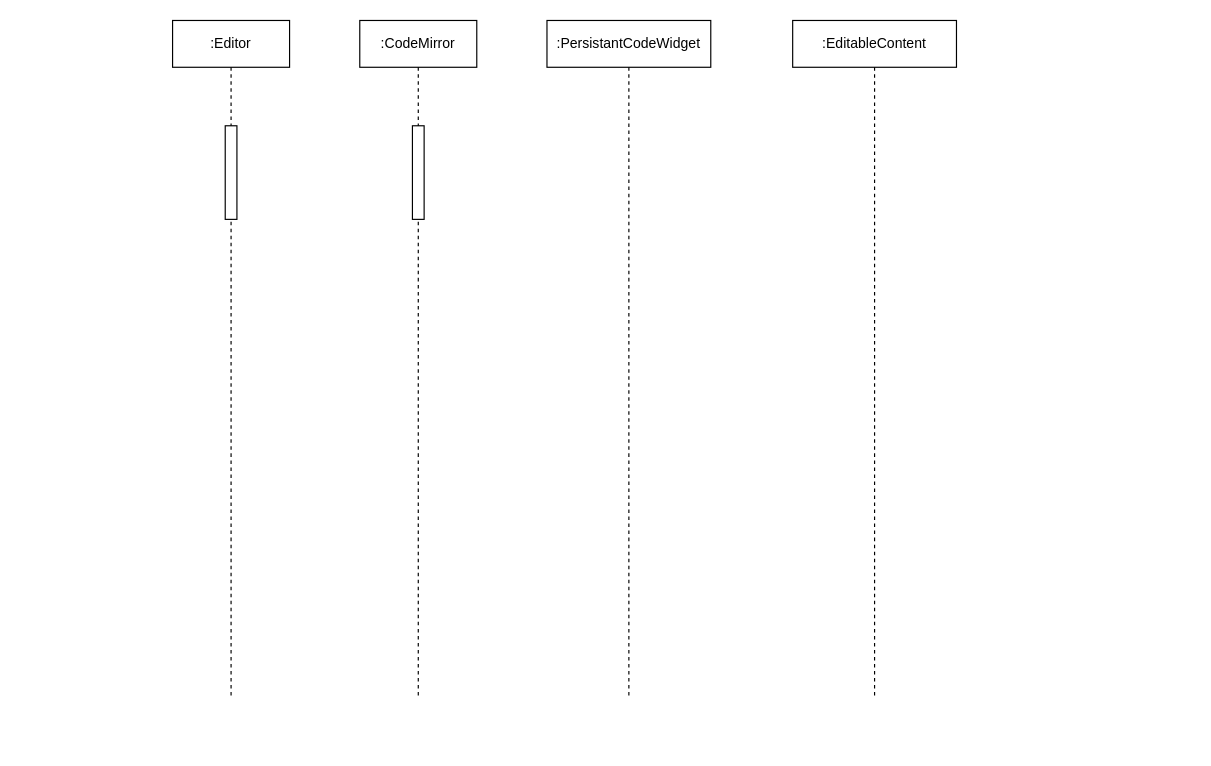
This is doc/figures/persistent-code-widget.drawio from LivelyKernel/lively4-core, a draw.io file, before an edit. Source tidied: cells renumbered, new cells numbered last; positions are measured from the earlier drawing's top-left corner, leaving out a move shared by most shapes. Both pictures are drawn from the tidied source at 117%, with x=0, y=0 at pixel (172, 20).
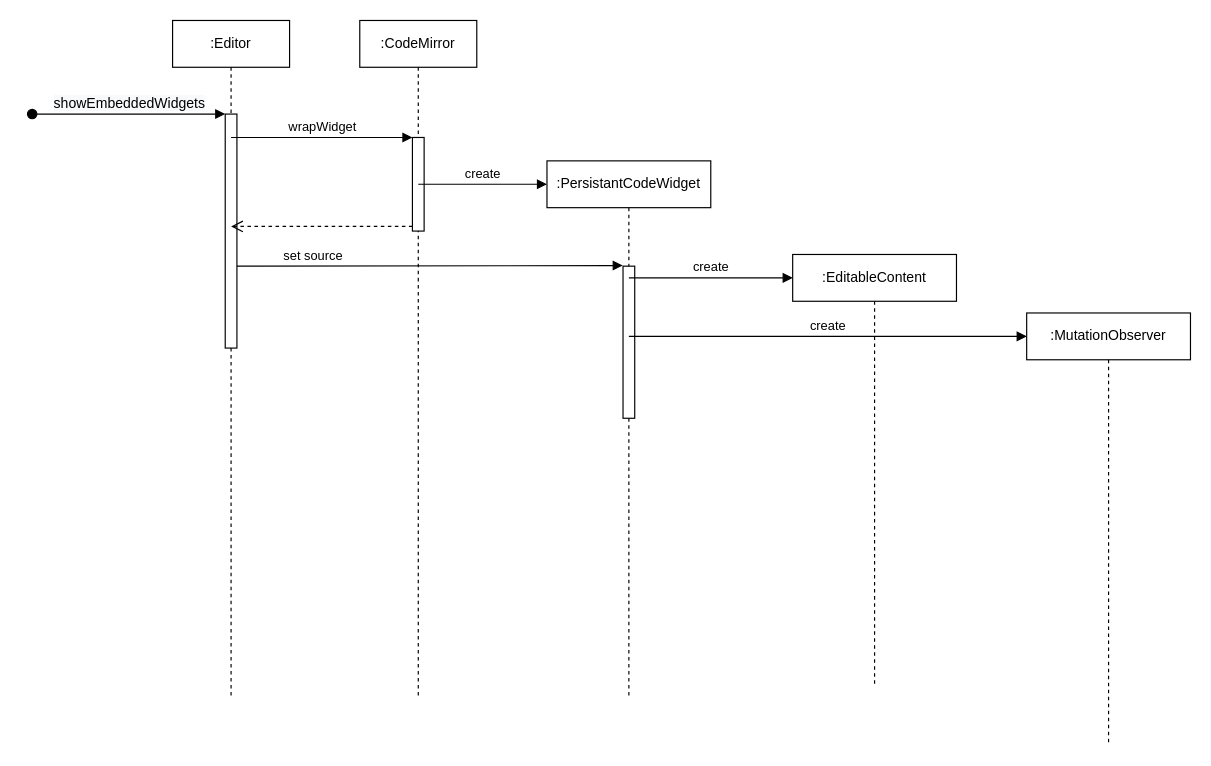
The same diagram, later.

The change refers to these unchanged cells:
```xml
<mxCell id="2" value=":CodeMirror" style="shape=umlLifeline;perimeter=lifelinePerimeter;whiteSpace=wrap;html=1;" parent="1" vertex="1">
  <mxGeometry x="160" width="100" height="580" as="geometry" />
</mxCell>
<mxCell id="6" value=":Editor" style="shape=umlLifeline;perimeter=lifelinePerimeter;whiteSpace=wrap;html=1;" parent="1" vertex="1">
  <mxGeometry width="100" height="580" as="geometry" />
</mxCell>
```

What changed in the source:
```diff
@@
+    <mxCell id="8" style="html=1;points=[];perimeter=orthogonalPerimeter;" parent="2" vertex="1">
+      <mxGeometry x="45" y="100" width="10" height="80" as="geometry" />
+    </mxCell>
+    <mxCell id="9" value="set source" style="html=1;verticalAlign=bottom;endArrow=block;rounded=0;entryX=-0.026;entryY=-0.004;entryDx=0;entryDy=0;entryPerimeter=0;" parent="2" edge="1" target="3">
+      <mxGeometry x="-0.58" relative="1" as="geometry">
+        <mxPoint x="-110" y="210" as="sourcePoint" />
+      </mxGeometry>
+    </mxCell>
+    <mxCell id="4" value=":PersistantCodeWidget&lt;br&gt;" style="shape=umlLifeline;perimeter=lifelinePerimeter;whiteSpace=wrap;html=1;" parent="1" vertex="1">
+      <mxGeometry x="320" y="120" width="140" height="460" as="geometry" />
+    </mxCell>
-    <mxCell id="3" style="html=1;points=[];perimeter=orthogonalPerimeter;" parent="2" vertex="1">
-      <mxGeometry x="45" y="90" width="10" height="80" as="geometry" />
+    <mxCell id="3" style="html=1;points=[];perimeter=orthogonalPerimeter;" parent="4" vertex="1">
+      <mxGeometry x="65" y="90" width="10" height="130" as="geometry" />
     </mxCell>
-    <mxCell id="4" value=":PersistantCodeWidget&lt;br&gt;" style="shape=umlLifeline;perimeter=lifelinePerimeter;whiteSpace=wrap;html=1;" parent="1" vertex="1">
-      <mxGeometry x="320" width="140" height="580" as="geometry" />
-    </mxCell>
     <mxCell id="5" value=":EditableContent" style="shape=umlLifeline;perimeter=lifelinePerimeter;whiteSpace=wrap;html=1;" parent="1" vertex="1">
-      <mxGeometry x="530" width="140" height="580" as="geometry" />
+      <mxGeometry x="530" y="200" width="140" height="370" as="geometry" />
     </mxCell>
@@
-    <mxCell id="7" style="html=1;perimeter=orthogonalPerimeter;" parent="6" vertex="1">
-      <mxGeometry x="45" y="90" width="10" height="80" as="geometry" />
-    </mxCell>
+    <mxCell id="10" style="html=1;points=[];perimeter=orthogonalPerimeter;" parent="6" vertex="1">
+      <mxGeometry x="45" y="80" width="10" height="200" as="geometry" />
+    </mxCell>
+    <mxCell id="11" value="&lt;span style=&quot;font-size: 12px ; text-align: left ; background-color: rgb(248 , 249 , 250)&quot;&gt;showEmbeddedWidgets&lt;/span&gt;" style="html=1;verticalAlign=bottom;startArrow=oval;endArrow=block;startSize=8;rounded=0;" parent="6" edge="1" target="10">
+      <mxGeometry relative="1" as="geometry">
+        <mxPoint x="-120" y="80" as="sourcePoint" />
+      </mxGeometry>
+    </mxCell>
+    <mxCell id="12" value="wrapWidget" style="html=1;verticalAlign=bottom;endArrow=block;entryX=0;entryY=0;rounded=0;" parent="1" edge="1" target="8">
+      <mxGeometry relative="1" as="geometry">
+        <mxPoint x="50" y="100" as="sourcePoint" />
+      </mxGeometry>
+    </mxCell>
+    <mxCell id="13" style="html=1;verticalAlign=bottom;endArrow=open;dashed=1;endSize=8;exitX=0;exitY=0.95;rounded=0;" parent="1" edge="1" source="8">
+      <mxGeometry relative="1" as="geometry">
+        <mxPoint x="50" y="176" as="targetPoint" />
+      </mxGeometry>
+    </mxCell>
+    <mxCell id="14" value="create" style="html=1;verticalAlign=bottom;endArrow=block;rounded=0;" parent="1" edge="1">
+      <mxGeometry relative="1" as="geometry">
+        <mxPoint x="210" y="140" as="sourcePoint" />
+        <mxPoint x="320" y="140" as="targetPoint" />
+      </mxGeometry>
+    </mxCell>
+    <mxCell id="15" value="create" style="html=1;verticalAlign=bottom;endArrow=block;rounded=0;" parent="1" edge="1">
+      <mxGeometry relative="1" as="geometry">
+        <mxPoint x="390" y="220" as="sourcePoint" />
+        <mxPoint x="530" y="220" as="targetPoint" />
+      </mxGeometry>
+    </mxCell>
+    <mxCell id="16" value=":MutationObserver" style="shape=umlLifeline;perimeter=lifelinePerimeter;whiteSpace=wrap;html=1;" parent="1" vertex="1">
+      <mxGeometry x="730" y="250" width="140" height="370" as="geometry" />
+    </mxCell>
+    <mxCell id="17" value="create" style="html=1;verticalAlign=bottom;endArrow=block;rounded=0;" parent="1" edge="1">
+      <mxGeometry relative="1" as="geometry">
+        <mxPoint x="390" y="270" as="sourcePoint" />
+        <mxPoint x="730" y="270" as="targetPoint" />
+      </mxGeometry>
+    </mxCell>
```
